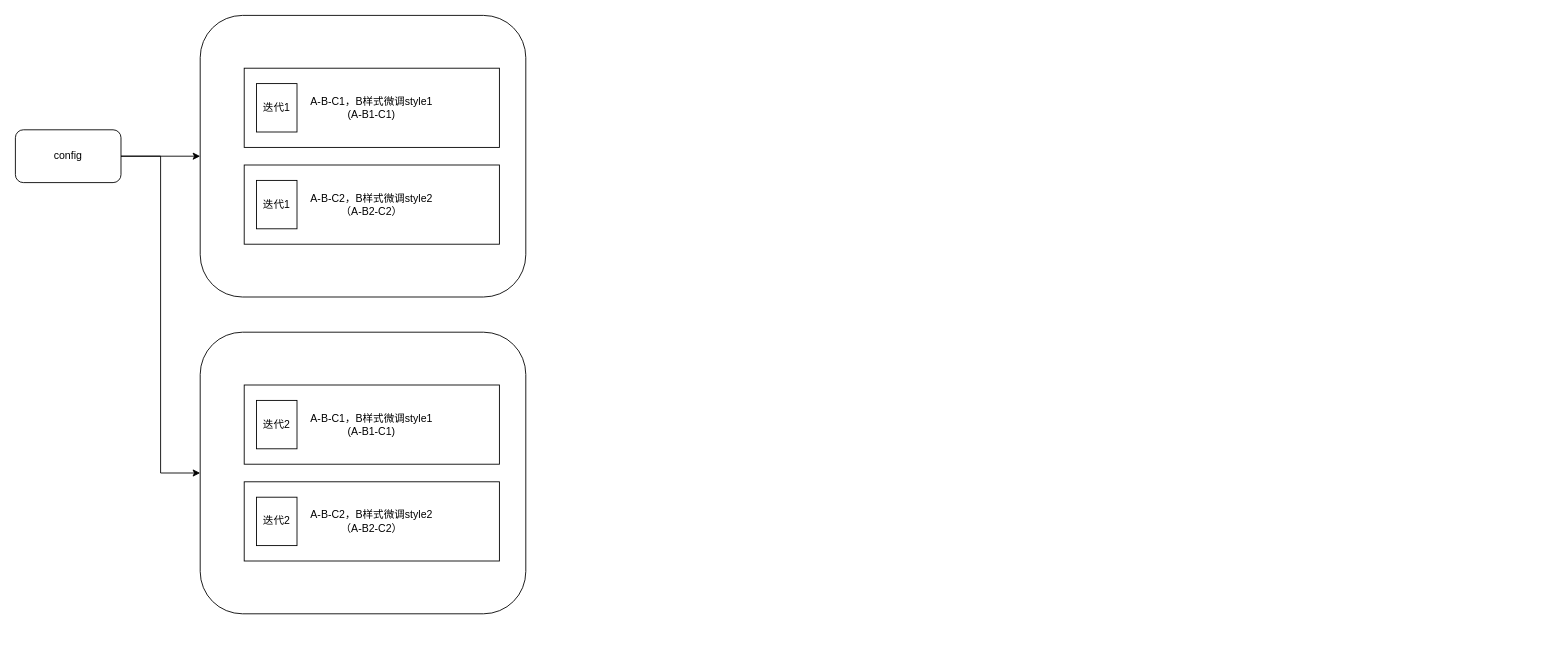
Before: 商详编排化.drawio in lion2001/ask, a draw.io diagram. Source tidied: cells renumbered, new cells numbered last; positions are measured from the earlier drawing's top-left corner, leaving out a move shared by most shapes. Both pictures are drawn from the tidied source at 88%, with x=0, y=0 at pixel (15, 15).
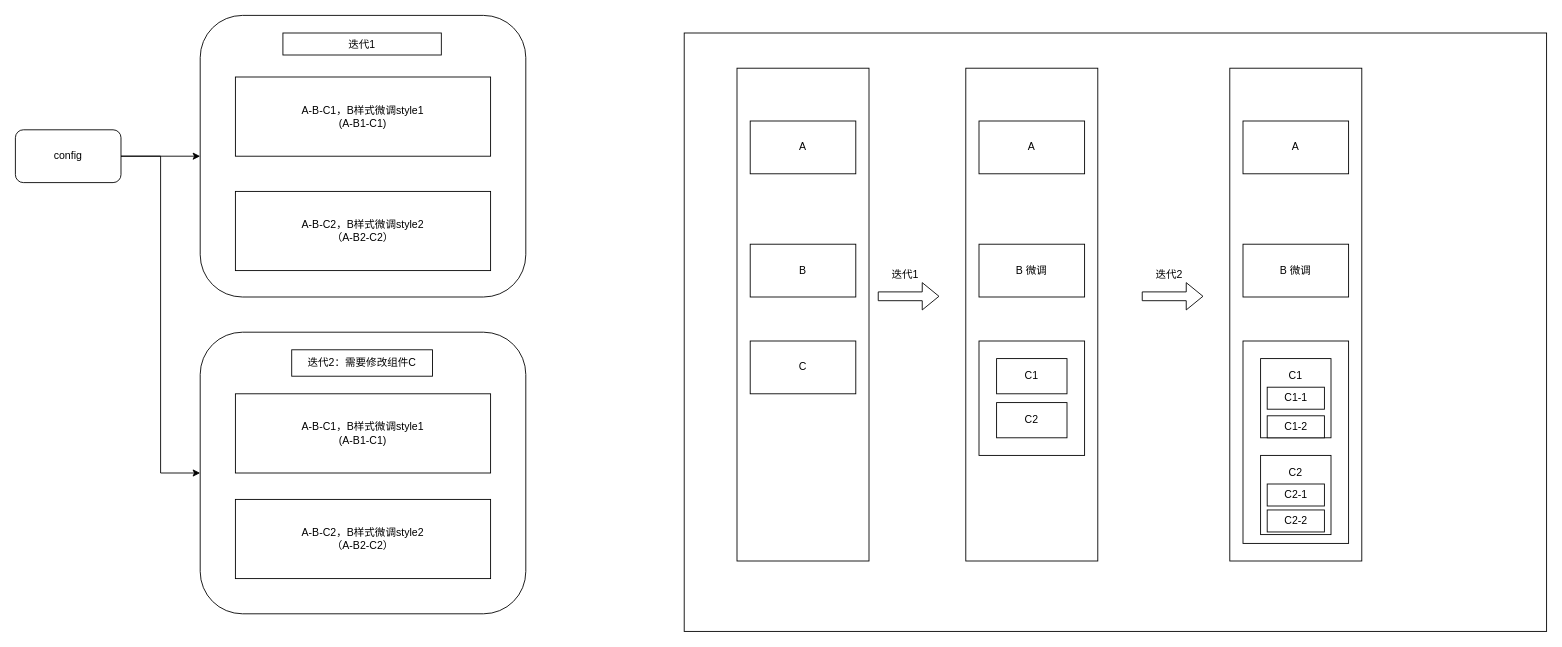
After the change.

Commit message (it also covers changes not shown here):
更新商详编排化.drawio

Change to the diagram source:
```diff
@@
     <mxCell id="6" value="A-B-C1，B样式微调style1&lt;br&gt;(A-B1-C1)" style="rounded=0;whiteSpace=wrap;html=1;" parent="1" vertex="1">
-      <mxGeometry x="260" y="60" width="290" height="90" as="geometry" />
+      <mxGeometry x="250" y="70" width="290" height="90" as="geometry" />
     </mxCell>
     <mxCell id="7" value="A-B-C2，B样式微调style2&lt;br&gt;（A-B2-C2）" style="rounded=0;whiteSpace=wrap;html=1;" parent="1" vertex="1">
-      <mxGeometry x="260" y="170" width="290" height="90" as="geometry" />
+      <mxGeometry x="250" y="200" width="290" height="90" as="geometry" />
     </mxCell>
     <mxCell id="8" value="迭代1" style="rounded=0;whiteSpace=wrap;html=1;" parent="1" vertex="1">
-      <mxGeometry x="274" y="77.5" width="46" height="55" as="geometry" />
+      <mxGeometry x="304" y="20" width="180" height="25" as="geometry" />
     </mxCell>
-    <mxCell id="9" value="迭代1" style="rounded=0;whiteSpace=wrap;html=1;" parent="1" vertex="1">
-      <mxGeometry x="274" y="187.5" width="46" height="55" as="geometry" />
-    </mxCell>
@@
     <mxCell id="11" value="A-B-C1，B样式微调style1&lt;br&gt;(A-B1-C1)" style="rounded=0;whiteSpace=wrap;html=1;" parent="1" vertex="1">
-      <mxGeometry x="260" y="420" width="290" height="90" as="geometry" />
+      <mxGeometry x="250" y="430" width="290" height="90" as="geometry" />
     </mxCell>
     <mxCell id="12" value="A-B-C2，B样式微调style2&lt;br&gt;（A-B2-C2）" style="rounded=0;whiteSpace=wrap;html=1;" parent="1" vertex="1">
-      <mxGeometry x="260" y="530" width="290" height="90" as="geometry" />
+      <mxGeometry x="250" y="550" width="290" height="90" as="geometry" />
     </mxCell>
+    <mxCell id="14" value="迭代2：需要修改组件C" style="rounded=0;whiteSpace=wrap;html=1;" parent="1" vertex="1">
+      <mxGeometry x="314" y="380" width="160" height="30" as="geometry" />
+    </mxCell>
+    <mxCell id="15" style="rounded=0;whiteSpace=wrap;html=1;" parent="1" vertex="1">
+      <mxGeometry x="760" y="20" width="980" height="680" as="geometry" />
+    </mxCell>
+    <mxCell id="16" style="rounded=0;whiteSpace=wrap;html=1;" parent="1" vertex="1">
+      <mxGeometry x="820" y="60" width="150" height="560" as="geometry" />
+    </mxCell>
+    <mxCell id="17" value="A" style="rounded=0;whiteSpace=wrap;html=1;" parent="1" vertex="1">
+      <mxGeometry x="835" y="120" width="120" height="60" as="geometry" />
+    </mxCell>
+    <mxCell id="18" value="B" style="rounded=0;whiteSpace=wrap;html=1;" parent="1" vertex="1">
+      <mxGeometry x="835" y="260" width="120" height="60" as="geometry" />
+    </mxCell>
+    <mxCell id="19" value="C" style="rounded=0;whiteSpace=wrap;html=1;" parent="1" vertex="1">
+      <mxGeometry x="835" y="370" width="120" height="60" as="geometry" />
+    </mxCell>
+    <mxCell id="20" style="shape=flexArrow;endArrow=classic;html=1;rounded=0;" parent="1" edge="1">
+      <mxGeometry relative="1" as="geometry">
+        <mxPoint x="980" y="319.2" as="sourcePoint" />
+        <mxPoint x="1050" y="319.2" as="targetPoint" />
+      </mxGeometry>
+    </mxCell>
+    <mxCell id="21" style="rounded=0;whiteSpace=wrap;html=1;" parent="1" vertex="1">
+      <mxGeometry x="1080" y="60" width="150" height="560" as="geometry" />
+    </mxCell>
+    <mxCell id="22" value="A" style="rounded=0;whiteSpace=wrap;html=1;" parent="1" vertex="1">
+      <mxGeometry x="1095" y="120" width="120" height="60" as="geometry" />
+    </mxCell>
+    <mxCell id="23" value="B 微调" style="rounded=0;whiteSpace=wrap;html=1;" parent="1" vertex="1">
+      <mxGeometry x="1095" y="260" width="120" height="60" as="geometry" />
+    </mxCell>
+    <mxCell id="24" style="rounded=0;whiteSpace=wrap;html=1;" parent="1" vertex="1">
+      <mxGeometry x="1095" y="370" width="120" height="130" as="geometry" />
+    </mxCell>
+    <mxCell id="25" value="C1" style="rounded=0;whiteSpace=wrap;html=1;" parent="1" vertex="1">
+      <mxGeometry x="1115" y="390" width="80" height="40" as="geometry" />
+    </mxCell>
+    <mxCell id="26" value="C2" style="rounded=0;whiteSpace=wrap;html=1;" parent="1" vertex="1">
+      <mxGeometry x="1115" y="440" width="80" height="40" as="geometry" />
+    </mxCell>
+    <mxCell id="9" value="迭代1" style="text;strokeColor=none;fillColor=none;align=left;verticalAlign=middle;spacingLeft=4;spacingRight=4;overflow=hidden;whiteSpace=wrap;html=1;" parent="1" vertex="1">
+      <mxGeometry x="990" y="280" width="80" height="30" as="geometry" />
+    </mxCell>
+    <mxCell id="27" style="shape=flexArrow;endArrow=classic;html=1;rounded=0;" parent="1" edge="1">
+      <mxGeometry relative="1" as="geometry">
+        <mxPoint x="1280" y="319.2" as="sourcePoint" />
+        <mxPoint x="1350" y="319.2" as="targetPoint" />
+      </mxGeometry>
+    </mxCell>
+    <mxCell id="28" style="rounded=0;whiteSpace=wrap;html=1;" parent="1" vertex="1">
+      <mxGeometry x="1380" y="60" width="150" height="560" as="geometry" />
+    </mxCell>
+    <mxCell id="29" value="A" style="rounded=0;whiteSpace=wrap;html=1;" parent="1" vertex="1">
+      <mxGeometry x="1395" y="120" width="120" height="60" as="geometry" />
+    </mxCell>
+    <mxCell id="30" value="B 微调" style="rounded=0;whiteSpace=wrap;html=1;" parent="1" vertex="1">
+      <mxGeometry x="1395" y="260" width="120" height="60" as="geometry" />
+    </mxCell>
+    <mxCell id="31" style="rounded=0;whiteSpace=wrap;html=1;" parent="1" vertex="1">
+      <mxGeometry x="1395" y="370" width="120" height="230" as="geometry" />
+    </mxCell>
+    <mxCell id="32" style="rounded=0;whiteSpace=wrap;html=1;" parent="1" vertex="1">
+      <mxGeometry x="1415" y="390" width="80" height="90" as="geometry" />
+    </mxCell>
+    <mxCell id="33" style="rounded=0;whiteSpace=wrap;html=1;" parent="1" vertex="1">
+      <mxGeometry x="1415" y="500" width="80" height="90" as="geometry" />
+    </mxCell>
-    <mxCell id="13" value="迭代2" style="rounded=0;whiteSpace=wrap;html=1;" parent="1" vertex="1">
-      <mxGeometry x="274" y="437.5" width="46" height="55" as="geometry" />
+    <mxCell id="13" value="迭代2" style="text;strokeColor=none;fillColor=none;align=left;verticalAlign=middle;spacingLeft=4;spacingRight=4;overflow=hidden;whiteSpace=wrap;html=1;" parent="1" vertex="1">
+      <mxGeometry x="1290" y="280" width="80" height="30" as="geometry" />
     </mxCell>
-    <mxCell id="14" value="迭代2" style="rounded=0;whiteSpace=wrap;html=1;" parent="1" vertex="1">
-      <mxGeometry x="274" y="547.5" width="46" height="55" as="geometry" />
-    </mxCell>
+    <mxCell id="34" value="C1" style="text;html=1;strokeColor=none;fillColor=none;align=center;verticalAlign=middle;whiteSpace=wrap;rounded=0;" parent="1" vertex="1">
+      <mxGeometry x="1425" y="395" width="60" height="30" as="geometry" />
+    </mxCell>
+    <mxCell id="35" value="C2" style="text;html=1;strokeColor=none;fillColor=none;align=center;verticalAlign=middle;whiteSpace=wrap;rounded=0;" parent="1" vertex="1">
+      <mxGeometry x="1425" y="505" width="60" height="30" as="geometry" />
+    </mxCell>
+    <mxCell id="36" value="C1-1" style="rounded=0;whiteSpace=wrap;html=1;" parent="1" vertex="1">
+      <mxGeometry x="1422.5" y="422.5" width="65" height="25" as="geometry" />
+    </mxCell>
+    <mxCell id="37" value="C2-1" style="rounded=0;whiteSpace=wrap;html=1;" parent="1" vertex="1">
+      <mxGeometry x="1422.5" y="532.5" width="65" height="25" as="geometry" />
+    </mxCell>
+    <mxCell id="38" value="C1-2" style="rounded=0;whiteSpace=wrap;html=1;" parent="1" vertex="1">
+      <mxGeometry x="1422.5" y="455" width="65" height="25" as="geometry" />
+    </mxCell>
+    <mxCell id="39" value="C2-2" style="rounded=0;whiteSpace=wrap;html=1;" parent="1" vertex="1">
+      <mxGeometry x="1422.5" y="562" width="65" height="25" as="geometry" />
+    </mxCell>
```
